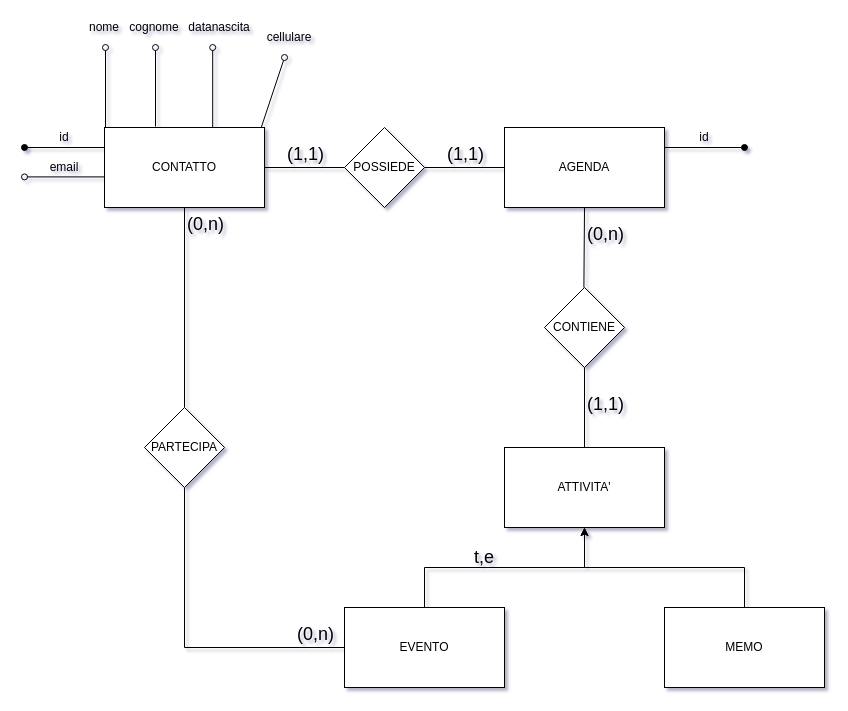
This is Untitled Diagram.drawio from codesimo/db, a draw.io file, before an edit. Source tidied: cells renumbered, new cells numbered last; positions are measured from the earlier drawing's top-left corner, leaving out a move shared by most shapes. Both pictures are drawn from the tidied source at 100%, with x=0, y=0 at pixel (24, 17).
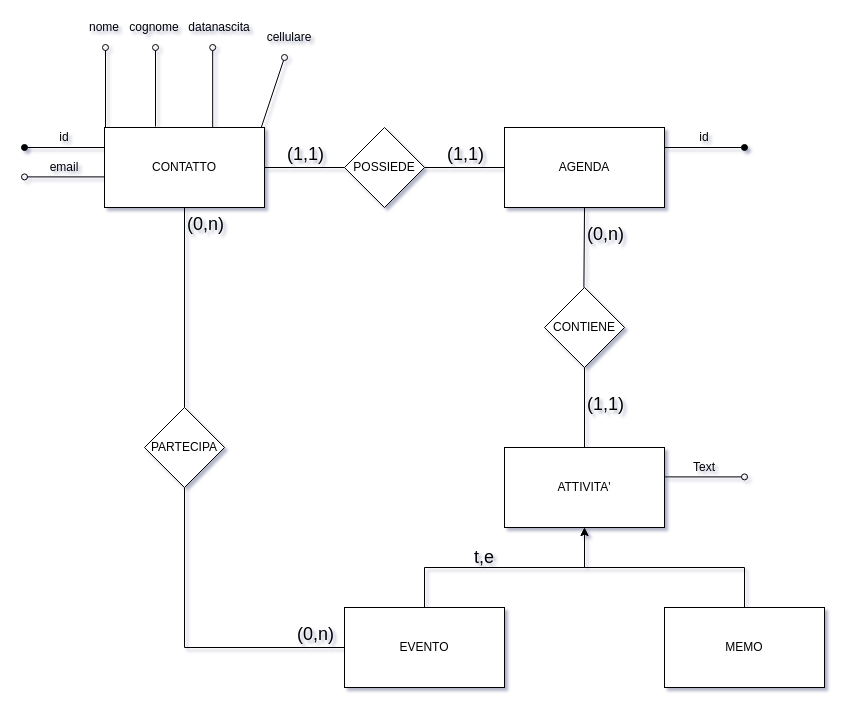
After the change.

The edit, as a diff of the source:
```diff
@@
+    <mxCell id="48" style="group;" parent="1" vertex="1">
+      <mxGeometry x="640" y="440" width="80" height="20" as="geometry" />
+    </mxCell>
+    <mxCell id="49" style="endArrow=none;html=1;startArrow=oval;startFill=0;" parent="48" edge="1">
+      <mxGeometry relative="1" as="geometry">
+        <mxPoint x="80" y="19.4" as="sourcePoint" />
+        <mxPoint y="19.4" as="targetPoint" />
+      </mxGeometry>
+    </mxCell>
+    <mxCell id="50" value="Text" style="text;html=1;strokeColor=none;fillColor=none;align=center;verticalAlign=middle;whiteSpace=wrap;rounded=0;" parent="48" vertex="1">
+      <mxGeometry x="20" width="40" height="20" as="geometry" />
+    </mxCell>
```
